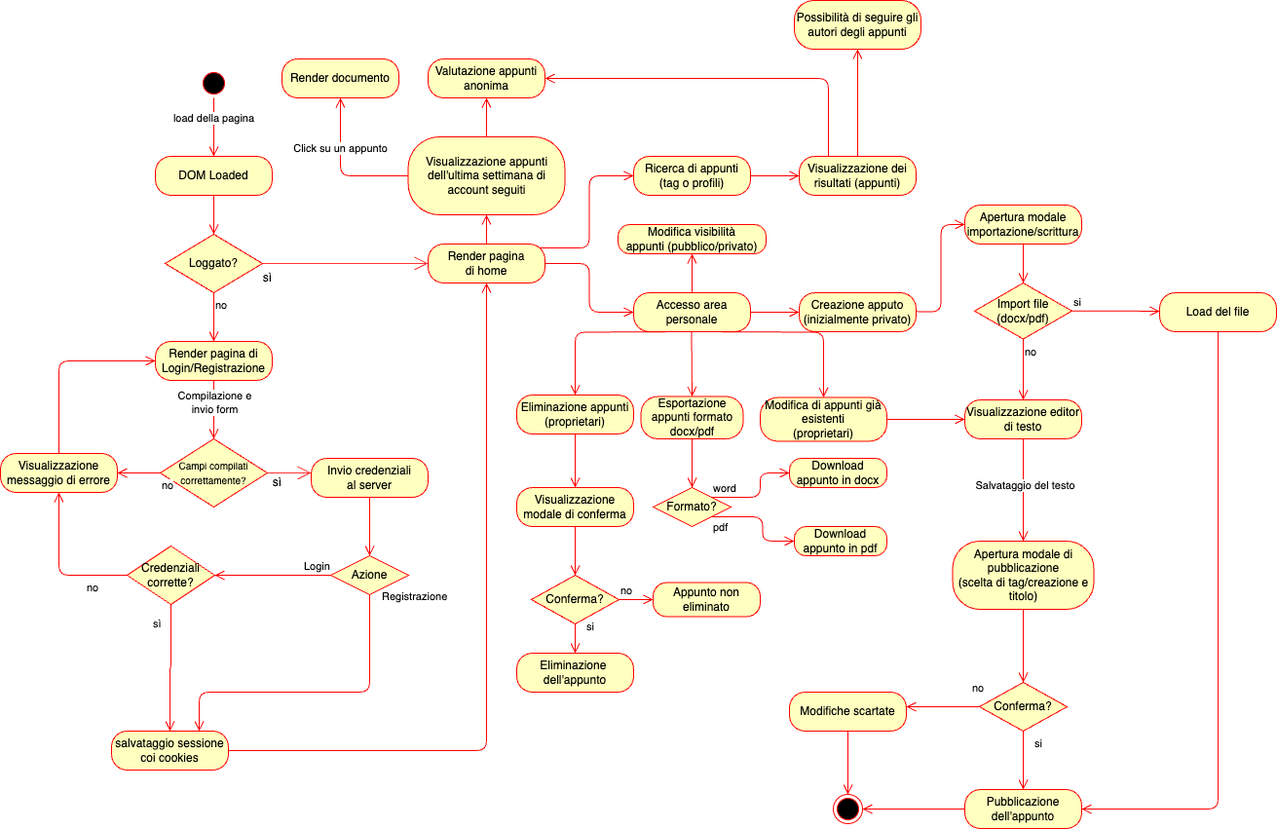
Above: assets/schemas/diagrams/SchemaStato.drawio.png in AngeloRipamonti/5C_RipamontiAvvedutoKotisCinquetti_PortaleAppunti (draw.io), before the change. Source tidied: cells renumbered, new cells last; positions are measured from the earlier drawing's top-left corner, leaving out a move shared by most shapes.
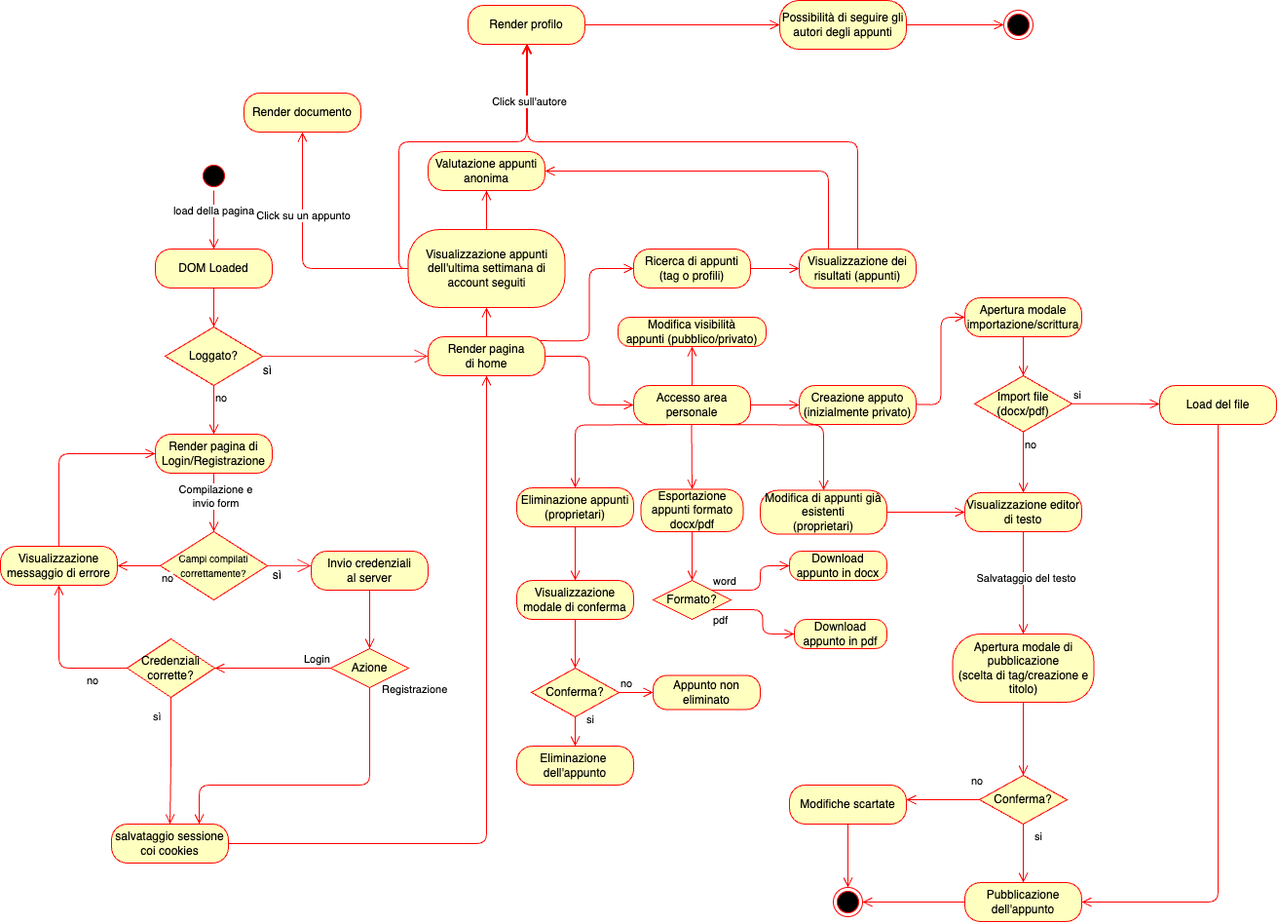
The same diagram one commit later.

Commit message:
follow users (state diagram)

Change to the diagram source:
```diff
@@ -146,10 +146,17 @@
       </mxGeometry>
     </mxCell>
     <mxCell id="39" value="Possibilità di seguire gli autori degli appunti" style="rounded=1;whiteSpace=wrap;html=1;arcSize=40;fontColor=#000000;fillColor=#ffffc0;strokeColor=#ff0000;" parent="1" vertex="1">
-      <mxGeometry x="815" width="130" height="50" as="geometry" />
+      <mxGeometry x="800" y="-95" width="130" height="50" as="geometry" />
     </mxCell>
-    <mxCell id="40" style="edgeStyle=orthogonalEdgeStyle;html=1;verticalAlign=bottom;endArrow=open;endSize=8;strokeColor=#ff0000;entryX=0.5;entryY=1;entryDx=0;entryDy=0;exitX=0.5;exitY=0;exitDx=0;exitDy=0;" parent="1" edge="1" source="37" target="39">
-      <mxGeometry relative="1" as="geometry" />
+    <mxCell id="40" style="edgeStyle=orthogonalEdgeStyle;html=1;verticalAlign=bottom;endArrow=open;endSize=8;strokeColor=#ff0000;exitX=0.5;exitY=0;exitDx=0;exitDy=0;" parent="1" edge="1" source="37">
+      <mxGeometry relative="1" as="geometry">
+        <mxPoint x="540" y="-50" as="targetPoint" />
+        <Array as="points">
+          <mxPoint x="880" y="50" />
+          <mxPoint x="541" y="50" />
+          <mxPoint x="541" y="-50" />
+        </Array>
+      </mxGeometry>
     </mxCell>
     <mxCell id="41" value="Accesso area personale" style="rounded=1;whiteSpace=wrap;html=1;arcSize=40;fontColor=#000000;fillColor=#ffffc0;strokeColor=#ff0000;" parent="1" vertex="1">
       <mxGeometry x="650" y="300" width="120" height="40" as="geometry" />
@@ -309,7 +316,7 @@
       <mxGeometry x="-1" y="-20" relative="1" as="geometry" />
     </mxCell>
     <mxCell id="87" value="Render documento" style="rounded=1;whiteSpace=wrap;html=1;arcSize=40;fontColor=#000000;fillColor=#ffffc0;strokeColor=#ff0000;" parent="1" vertex="1">
-      <mxGeometry x="289" y="60" width="120" height="40" as="geometry" />
+      <mxGeometry x="250" width="120" height="40" as="geometry" />
     </mxCell>
     <mxCell id="88" style="edgeStyle=orthogonalEdgeStyle;html=1;verticalAlign=bottom;endArrow=open;endSize=8;strokeColor=#ff0000;exitX=0;exitY=0.5;exitDx=0;exitDy=0;entryX=0.5;entryY=1;entryDx=0;entryDy=0;" parent="1" edge="1" source="31" target="87">
       <mxGeometry relative="1" as="geometry" />
@@ -323,5 +330,31 @@
     <mxCell id="91" style="edgeStyle=orthogonalEdgeStyle;html=1;verticalAlign=bottom;endArrow=open;endSize=8;strokeColor=#ff0000;entryX=0.5;entryY=1;entryDx=0;entryDy=0;exitX=0.5;exitY=0;exitDx=0;exitDy=0;" parent="1" edge="1" source="41" target="90">
       <mxGeometry relative="1" as="geometry" />
     </mxCell>
+    <mxCell id="92" value="Render profilo" style="rounded=1;whiteSpace=wrap;html=1;arcSize=40;fontColor=#000000;fillColor=#ffffc0;strokeColor=#ff0000;" parent="1" vertex="1">
+      <mxGeometry x="480" y="-90" width="120" height="40" as="geometry" />
+    </mxCell>
+    <mxCell id="93" style="edgeStyle=orthogonalEdgeStyle;html=1;verticalAlign=bottom;endArrow=open;endSize=8;strokeColor=#ff0000;exitX=0;exitY=0.5;exitDx=0;exitDy=0;entryX=0.5;entryY=1;entryDx=0;entryDy=0;" parent="1" edge="1" source="31" target="92">
+      <mxGeometry relative="1" as="geometry">
+        <Array as="points">
+          <mxPoint x="409" y="180" />
+          <mxPoint x="409" y="50" />
+          <mxPoint x="540" y="50" />
+        </Array>
+      </mxGeometry>
+    </mxCell>
+    <mxCell id="94" value="Click sull'autore" style="edgeLabel;html=1;align=center;verticalAlign=middle;" parent="93" vertex="1">
+      <mxGeometry x="0.68" y="-2" relative="1" as="geometry">
+        <mxPoint y="-1" as="offset" />
+      </mxGeometry>
+    </mxCell>
+    <mxCell id="95" style="edgeStyle=orthogonalEdgeStyle;html=1;verticalAlign=bottom;endArrow=open;endSize=8;strokeColor=#ff0000;entryX=0;entryY=0.5;entryDx=0;entryDy=0;exitX=1;exitY=0.5;exitDx=0;exitDy=0;" parent="1" edge="1" source="92" target="39">
+      <mxGeometry relative="1" as="geometry" />
+    </mxCell>
+    <mxCell id="96" style="ellipse;html=1;shape=endState;fillColor=#000000;strokeColor=#ff0000;" parent="1" vertex="1">
+      <mxGeometry x="1030" y="-85" width="30" height="30" as="geometry" />
+    </mxCell>
+    <mxCell id="97" style="edgeStyle=orthogonalEdgeStyle;html=1;verticalAlign=bottom;endArrow=open;endSize=8;strokeColor=#ff0000;entryX=0;entryY=0.5;entryDx=0;entryDy=0;exitX=1;exitY=0.5;exitDx=0;exitDy=0;" parent="1" edge="1" source="39" target="96">
+      <mxGeometry relative="1" as="geometry" />
+    </mxCell>
   </root>
 </mxGraphModel>
```
